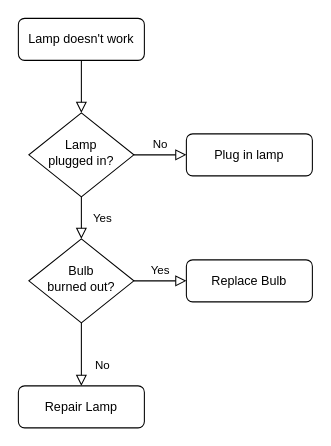
Above: Untitled Diagram.drawio in cain0609/vcs (draw.io), before the change. Source tidied: cells renumbered, new cells numbered last; positions are measured from the earlier drawing's top-left corner, leaving out a move shared by most shapes. Both pictures are drawn from the tidied source at 105%, with x=0, y=0 at pixel (18, 18).
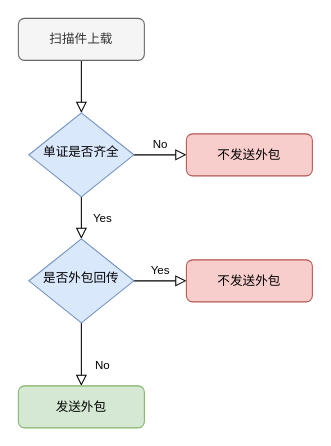
The same page after the edit.

Diff of the diagram source:
```diff
@@
 <mxGraphModel>
   <root>
     <mxCell id="0" />
     <mxCell id="1" parent="0" />
     <mxCell id="2" style="rounded=0;html=1;jettySize=auto;fontSize=11;endArrow=block;endFill=0;endSize=8;strokeWidth=1;shadow=0;labelBackgroundColor=none;edgeStyle=orthogonalEdgeStyle;" parent="1" edge="1" source="3" target="6">
       <mxGeometry relative="1" as="geometry" />
     </mxCell>
-    <mxCell id="3" value="Lamp doesn't work" style="rounded=1;whiteSpace=wrap;html=1;fontSize=12;glass=0;strokeWidth=1;shadow=0;" parent="1" vertex="1">
+    <mxCell id="3" value="扫描件上载" style="rounded=1;whiteSpace=wrap;html=1;fontSize=12;glass=0;strokeWidth=1;shadow=0;fillColor=#f5f5f5;strokeColor=#666666;fontColor=#333333;" parent="1" vertex="1">
       <mxGeometry width="120" height="40" as="geometry" />
     </mxCell>
     <mxCell id="4" value="Yes" style="rounded=0;html=1;jettySize=auto;fontSize=11;endArrow=block;endFill=0;endSize=8;strokeWidth=1;shadow=0;labelBackgroundColor=none;edgeStyle=orthogonalEdgeStyle;" parent="1" edge="1" source="6" target="10">
       <mxGeometry y="20" relative="1" as="geometry" />
     </mxCell>
     <mxCell id="5" value="No" style="edgeStyle=orthogonalEdgeStyle;rounded=0;html=1;jettySize=auto;fontSize=11;endArrow=block;endFill=0;endSize=8;strokeWidth=1;shadow=0;labelBackgroundColor=none;" parent="1" edge="1" source="6" target="7">
       <mxGeometry y="10" relative="1" as="geometry" />
     </mxCell>
-    <mxCell id="6" value="Lamp&lt;br&gt;plugged in?" style="rhombus;whiteSpace=wrap;html=1;shadow=0;fontFamily=Helvetica;fontSize=12;align=center;strokeWidth=1;spacing=6;spacingTop=-4;" parent="1" vertex="1">
+    <mxCell id="6" value="单证是否齐全" style="rhombus;whiteSpace=wrap;html=1;shadow=0;fontFamily=Helvetica;fontSize=12;align=center;strokeWidth=1;spacing=6;spacingTop=-4;fillColor=#dae8fc;strokeColor=#6c8ebf;" parent="1" vertex="1">
       <mxGeometry x="10" y="90" width="100" height="80" as="geometry" />
     </mxCell>
-    <mxCell id="7" value="Plug in lamp" style="rounded=1;whiteSpace=wrap;html=1;fontSize=12;glass=0;strokeWidth=1;shadow=0;" parent="1" vertex="1">
+    <mxCell id="7" value="不发送外包" style="rounded=1;whiteSpace=wrap;html=1;fontSize=12;glass=0;strokeWidth=1;shadow=0;fillColor=#f8cecc;strokeColor=#b85450;" parent="1" vertex="1">
       <mxGeometry x="160" y="110" width="120" height="40" as="geometry" />
     </mxCell>
     <mxCell id="8" value="No" style="rounded=0;html=1;jettySize=auto;fontSize=11;endArrow=block;endFill=0;endSize=8;strokeWidth=1;shadow=0;labelBackgroundColor=none;edgeStyle=orthogonalEdgeStyle;" parent="1" edge="1" source="10" target="11">
       <mxGeometry x="0.33" y="20" relative="1" as="geometry" />
     </mxCell>
     <mxCell id="9" value="Yes" style="edgeStyle=orthogonalEdgeStyle;rounded=0;html=1;jettySize=auto;fontSize=11;endArrow=block;endFill=0;endSize=8;strokeWidth=1;shadow=0;labelBackgroundColor=none;" parent="1" edge="1" source="10" target="12">
       <mxGeometry y="10" relative="1" as="geometry" />
     </mxCell>
-    <mxCell id="10" value="Bulb&lt;br&gt;burned out?" style="rhombus;whiteSpace=wrap;html=1;shadow=0;fontFamily=Helvetica;fontSize=12;align=center;strokeWidth=1;spacing=6;spacingTop=-4;" parent="1" vertex="1">
+    <mxCell id="10" value="是否外包回传" style="rhombus;whiteSpace=wrap;html=1;shadow=0;fontFamily=Helvetica;fontSize=12;align=center;strokeWidth=1;spacing=6;spacingTop=-4;fillColor=#dae8fc;strokeColor=#6c8ebf;" parent="1" vertex="1">
       <mxGeometry x="10" y="210" width="100" height="80" as="geometry" />
     </mxCell>
-    <mxCell id="11" value="Repair Lamp" style="rounded=1;whiteSpace=wrap;html=1;fontSize=12;glass=0;strokeWidth=1;shadow=0;" parent="1" vertex="1">
+    <mxCell id="11" value="发送外包" style="rounded=1;whiteSpace=wrap;html=1;fontSize=12;glass=0;strokeWidth=1;shadow=0;fillColor=#d5e8d4;strokeColor=#82b366;" parent="1" vertex="1">
       <mxGeometry y="350" width="120" height="40" as="geometry" />
     </mxCell>
-    <mxCell id="12" value="Replace Bulb" style="rounded=1;whiteSpace=wrap;html=1;fontSize=12;glass=0;strokeWidth=1;shadow=0;" parent="1" vertex="1">
+    <mxCell id="12" value="不发送外包" style="rounded=1;whiteSpace=wrap;html=1;fontSize=12;glass=0;strokeWidth=1;shadow=0;fillColor=#f8cecc;strokeColor=#b85450;" parent="1" vertex="1">
       <mxGeometry x="160" y="230" width="120" height="40" as="geometry" />
     </mxCell>
   </root>
 </mxGraphModel>
```
